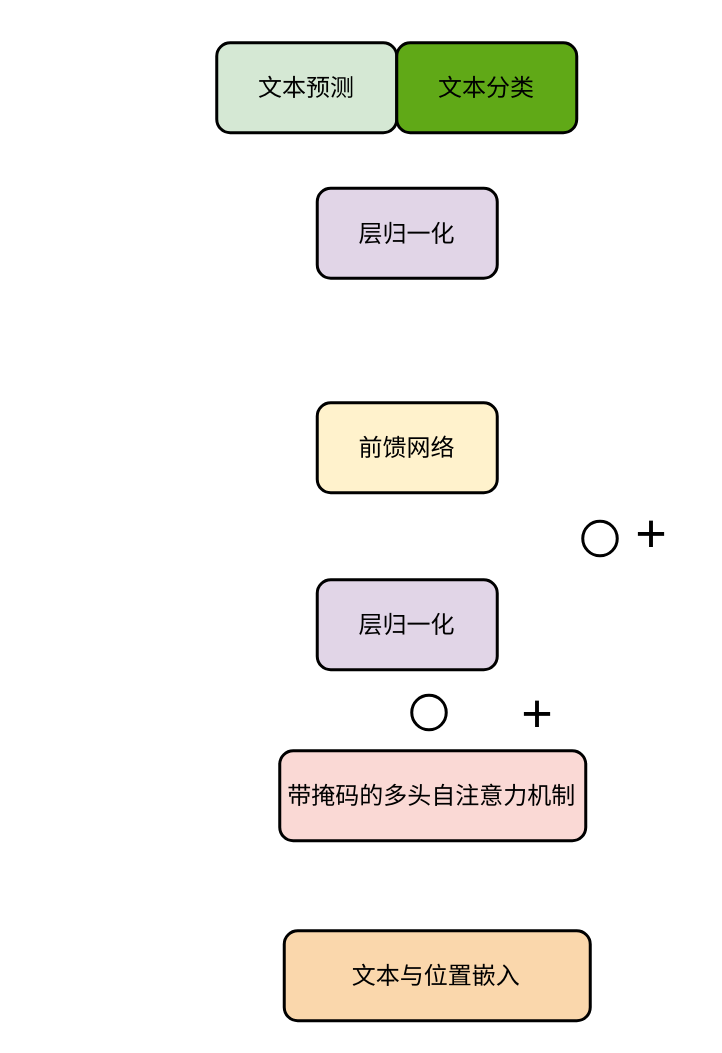
Above: diagrams/gpt.drawio in real-jiakai/draw (draw.io), before the change. Source tidied: cells renumbered, new cells numbered last; positions are measured from the earlier drawing's top-left corner, leaving out a move shared by most shapes. Both pictures are drawn from the tidied source at 150%, with x=0, y=0 at pixel (216, 42).
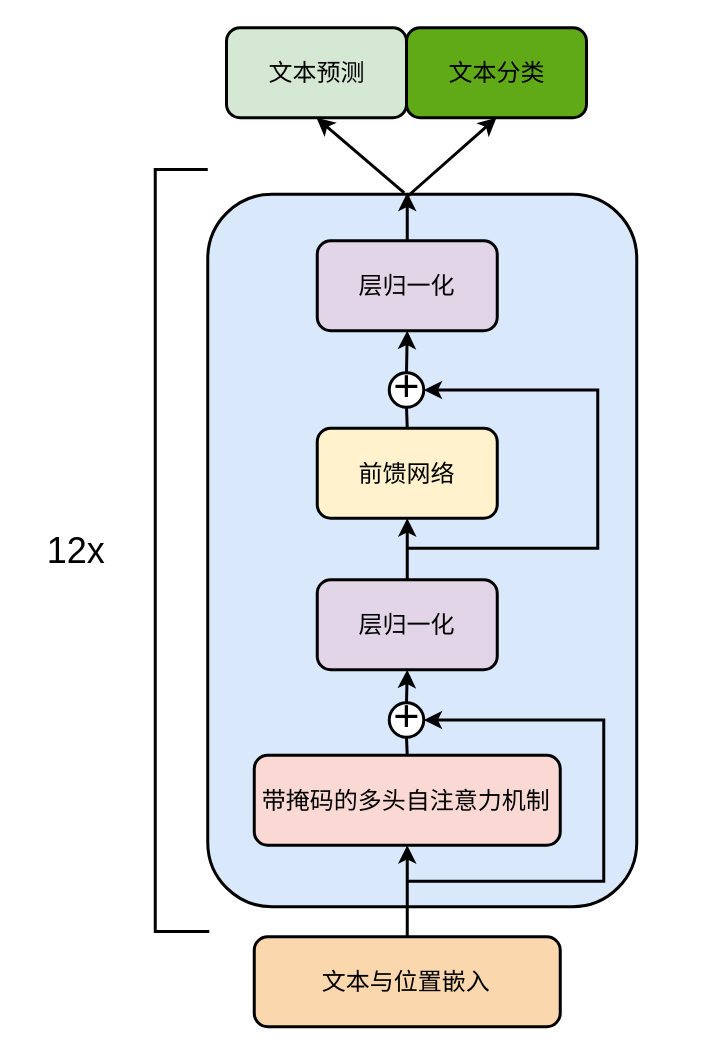
After the change.

Unchanged cells that the change refers to:
```xml
<mxCell id="6" style="rounded=1;whiteSpace=wrap;html=1;strokeWidth=2;fillColor=#e1d5e7;strokeColor=#000000;" parent="1" vertex="1">
  <mxGeometry x="67" y="358" width="120" height="60" as="geometry" />
</mxCell>
```

Diff of the diagram source:
```diff
@@
+    <mxCell id="20" style="rounded=1;whiteSpace=wrap;html=1;fillColor=#dae8fc;strokeColor=#000000;strokeWidth=2;" parent="1" vertex="1">
+      <mxGeometry x="-6" y="101" width="286" height="475" as="geometry" />
+    </mxCell>
+    <mxCell id="18" style="ellipse;whiteSpace=wrap;html=1;strokeWidth=2;" parent="1" vertex="1">
+      <mxGeometry x="115" y="440" width="23" height="23" as="geometry" />
+    </mxCell>
+    <mxCell id="21" style="edgeStyle=orthogonalEdgeStyle;rounded=0;jettySize=auto;html=1;exitX=0.5;exitY=0;exitDx=0;exitDy=0;strokeWidth=2;" parent="1" edge="1" source="2">
+      <mxGeometry relative="1" as="geometry">
+        <mxPoint x="127" y="100" as="targetPoint" />
+      </mxGeometry>
+    </mxCell>
     <mxCell id="2" style="rounded=1;whiteSpace=wrap;html=1;strokeWidth=2;fillColor=#e1d5e7;strokeColor=#000000;" parent="1" vertex="1">
-      <mxGeometry x="67" y="97" width="120" height="60" as="geometry" />
+      <mxGeometry x="67" y="132" width="120" height="60" as="geometry" />
     </mxCell>
     <mxCell id="3" value="&lt;font style=&quot;font-size: 16px;&quot;&gt;层归一化&lt;/font&gt;" style="text;html=1;align=center;verticalAlign=middle;whiteSpace=wrap;rounded=0;" parent="1" vertex="1">
-      <mxGeometry x="70" y="112" width="114" height="30" as="geometry" />
+      <mxGeometry x="70" y="147" width="114" height="30" as="geometry" />
     </mxCell>
+    <mxCell id="22" style="edgeStyle=orthogonalEdgeStyle;rounded=0;jettySize=auto;html=1;exitX=0.5;exitY=0;exitDx=0;exitDy=0;entryX=0.5;entryY=1;entryDx=0;entryDy=0;strokeWidth=2;endArrow=none;startFill=0;" parent="1" edge="1" source="4" target="16">
+      <mxGeometry relative="1" as="geometry" />
+    </mxCell>
     <mxCell id="4" style="rounded=1;whiteSpace=wrap;html=1;strokeWidth=2;fillColor=#fff2cc;strokeColor=#000000;" parent="1" vertex="1">
-      <mxGeometry x="67" y="240" width="120" height="60" as="geometry" />
+      <mxGeometry x="67" y="257" width="120" height="60" as="geometry" />
     </mxCell>
     <mxCell id="5" value="&lt;span style=&quot;font-size: 16px;&quot;&gt;前馈网络&lt;/span&gt;" style="text;html=1;align=center;verticalAlign=middle;whiteSpace=wrap;rounded=0;" parent="1" vertex="1">
-      <mxGeometry x="70" y="255" width="114" height="30" as="geometry" />
+      <mxGeometry x="70" y="272" width="114" height="30" as="geometry" />
     </mxCell>
+    <mxCell id="23" style="edgeStyle=orthogonalEdgeStyle;rounded=0;jettySize=auto;html=1;exitX=0.5;exitY=0;exitDx=0;exitDy=0;entryX=0.5;entryY=1;entryDx=0;entryDy=0;strokeWidth=2;" parent="1" edge="1" source="6" target="4">
+      <mxGeometry relative="1" as="geometry" />
+    </mxCell>
@@
+    <mxCell id="24" style="edgeStyle=orthogonalEdgeStyle;rounded=0;jettySize=auto;html=1;exitX=0.5;exitY=0;exitDx=0;exitDy=0;entryX=0.5;entryY=1;entryDx=0;entryDy=0;strokeWidth=2;endArrow=none;startFill=0;" parent="1" edge="1" source="8" target="18">
+      <mxGeometry relative="1" as="geometry" />
+    </mxCell>
     <mxCell id="8" style="rounded=1;whiteSpace=wrap;html=1;strokeWidth=2;fillColor=#fad9d5;strokeColor=#000000;" parent="1" vertex="1">
-      <mxGeometry x="42" y="472" width="204" height="60" as="geometry" />
+      <mxGeometry x="25" y="475" width="204" height="60" as="geometry" />
     </mxCell>
     <mxCell id="9" value="&lt;span style=&quot;font-size: 16px;&quot;&gt;带掩码的多头自注意力机制&lt;/span&gt;" style="text;html=1;align=center;verticalAlign=middle;whiteSpace=wrap;rounded=0;" parent="1" vertex="1">
-      <mxGeometry x="45" y="487" width="197" height="30" as="geometry" />
+      <mxGeometry x="28" y="490" width="197" height="30" as="geometry" />
     </mxCell>
+    <mxCell id="25" style="edgeStyle=orthogonalEdgeStyle;rounded=0;jettySize=auto;html=1;exitX=0.5;exitY=0;exitDx=0;exitDy=0;entryX=0.5;entryY=1;entryDx=0;entryDy=0;strokeWidth=2;" parent="1" edge="1" source="10" target="8">
+      <mxGeometry relative="1" as="geometry" />
+    </mxCell>
     <mxCell id="10" style="rounded=1;whiteSpace=wrap;html=1;strokeWidth=2;fillColor=#fad7ac;strokeColor=#000000;" parent="1" vertex="1">
-      <mxGeometry x="45" y="592" width="204" height="60" as="geometry" />
+      <mxGeometry x="25" y="596" width="204" height="60" as="geometry" />
     </mxCell>
     <mxCell id="11" value="&lt;span style=&quot;font-size: 16px;&quot;&gt;文本与位置嵌入&lt;/span&gt;" style="text;html=1;align=center;verticalAlign=middle;whiteSpace=wrap;rounded=0;" parent="1" vertex="1">
-      <mxGeometry x="48" y="607" width="197" height="30" as="geometry" />
+      <mxGeometry x="28" y="611" width="197" height="30" as="geometry" />
     </mxCell>
     <mxCell id="12" style="rounded=1;whiteSpace=wrap;html=1;strokeWidth=2;fillColor=#d5e8d4;strokeColor=#000000;" parent="1" vertex="1">
-      <mxGeometry width="120" height="60" as="geometry" />
+      <mxGeometry x="6.5" y="-10" width="120" height="60" as="geometry" />
     </mxCell>
     <mxCell id="13" value="&lt;span style=&quot;font-size: 16px;&quot;&gt;文本预测&lt;/span&gt;" style="text;html=1;align=center;verticalAlign=middle;whiteSpace=wrap;rounded=0;" parent="1" vertex="1">
-      <mxGeometry x="3" y="15" width="114" height="30" as="geometry" />
+      <mxGeometry x="9.5" y="5" width="114" height="30" as="geometry" />
     </mxCell>
     <mxCell id="14" style="rounded=1;whiteSpace=wrap;html=1;strokeWidth=2;fillColor=#60a917;strokeColor=#000000;fontColor=#ffffff;" parent="1" vertex="1">
-      <mxGeometry x="120" width="120" height="60" as="geometry" />
+      <mxGeometry x="126.5" y="-10" width="120" height="60" as="geometry" />
     </mxCell>
     <mxCell id="15" value="&lt;span style=&quot;font-size: 16px;&quot;&gt;文本分类&lt;/span&gt;" style="text;html=1;align=center;verticalAlign=middle;whiteSpace=wrap;rounded=0;" parent="1" vertex="1">
-      <mxGeometry x="123" y="15" width="114" height="30" as="geometry" />
+      <mxGeometry x="129.5" y="5" width="114" height="30" as="geometry" />
     </mxCell>
+    <mxCell id="26" style="edgeStyle=orthogonalEdgeStyle;rounded=0;jettySize=auto;html=1;exitX=0.5;exitY=0;exitDx=0;exitDy=0;entryX=0.5;entryY=1;entryDx=0;entryDy=0;strokeWidth=2;" parent="1" edge="1" source="16" target="2">
+      <mxGeometry relative="1" as="geometry" />
+    </mxCell>
     <mxCell id="16" style="ellipse;whiteSpace=wrap;html=1;strokeWidth=2;" parent="1" vertex="1">
-      <mxGeometry x="244" y="319" width="23" height="23" as="geometry" />
+      <mxGeometry x="115" y="220" width="23" height="23" as="geometry" />
     </mxCell>
-    <mxCell id="17" value="&lt;font style=&quot;font-size: 36px;&quot;&gt;+&lt;/font&gt;" style="text;html=1;align=center;verticalAlign=middle;whiteSpace=wrap;rounded=0;" parent="1" vertex="1">
-      <mxGeometry x="184" y="431.5" width="60" height="30" as="geometry" />
+    <mxCell id="17" value="&lt;font style=&quot;font-size: 30px;&quot;&gt;+&lt;/font&gt;" style="text;html=1;align=center;verticalAlign=middle;whiteSpace=wrap;rounded=0;" parent="1" vertex="1">
+      <mxGeometry x="96.5" y="213" width="60" height="30" as="geometry" />
     </mxCell>
-    <mxCell id="18" style="ellipse;whiteSpace=wrap;html=1;strokeWidth=2;" parent="1" vertex="1">
-      <mxGeometry x="130" y="435" width="23" height="23" as="geometry" />
-    </mxCell>
+    <mxCell id="27" style="edgeStyle=orthogonalEdgeStyle;rounded=0;jettySize=auto;html=1;exitX=0.5;exitY=0;exitDx=0;exitDy=0;entryX=0.5;entryY=1;entryDx=0;entryDy=0;strokeWidth=2;" parent="1" edge="1" source="18" target="6">
+      <mxGeometry relative="1" as="geometry" />
+    </mxCell>
-    <mxCell id="19" value="&lt;font style=&quot;font-size: 36px;&quot;&gt;+&lt;/font&gt;" style="text;html=1;align=center;verticalAlign=middle;whiteSpace=wrap;rounded=0;" parent="1" vertex="1">
-      <mxGeometry x="260" y="312" width="60" height="30" as="geometry" />
+    <mxCell id="19" value="&lt;font style=&quot;font-size: 30px;&quot;&gt;+&lt;/font&gt;" style="text;html=1;align=center;verticalAlign=middle;whiteSpace=wrap;rounded=0;" parent="1" vertex="1">
+      <mxGeometry x="96.5" y="433" width="60" height="30" as="geometry" />
     </mxCell>
+    <mxCell id="28" style="endArrow=classic;html=1;rounded=0;edgeStyle=orthogonalEdgeStyle;entryX=1;entryY=0.5;entryDx=0;entryDy=0;endFill=1;strokeWidth=2;" parent="1" edge="1" target="18">
+      <mxGeometry relative="1" as="geometry">
+        <mxPoint x="126.5" y="559" as="sourcePoint" />
+        <Array as="points">
+          <mxPoint x="258" y="559" />
+          <mxPoint x="258" y="452" />
+        </Array>
+      </mxGeometry>
+    </mxCell>
+    <mxCell id="29" style="endArrow=classic;html=1;rounded=0;edgeStyle=orthogonalEdgeStyle;entryX=1;entryY=0.5;entryDx=0;entryDy=0;strokeWidth=2;endFill=1;" parent="1" edge="1" target="16">
+      <mxGeometry relative="1" as="geometry">
+        <mxPoint x="127" y="337" as="sourcePoint" />
+        <Array as="points">
+          <mxPoint x="254" y="337" />
+          <mxPoint x="254" y="232" />
+        </Array>
+      </mxGeometry>
+    </mxCell>
+    <mxCell id="30" style="endArrow=classic;html=1;rounded=0;exitX=0.458;exitY=-0.002;exitDx=0;exitDy=0;exitPerimeter=0;entryX=0.5;entryY=1;entryDx=0;entryDy=0;strokeWidth=2;endFill=1;" parent="1" edge="1" source="20" target="12">
+      <mxGeometry relative="1" as="geometry" />
+    </mxCell>
+    <mxCell id="31" style="endArrow=classic;html=1;rounded=0;entryX=0.5;entryY=1;entryDx=0;entryDy=0;strokeWidth=2;endFill=1;" parent="1" edge="1" target="14">
+      <mxGeometry relative="1" as="geometry">
+        <mxPoint x="126.5" y="103" as="sourcePoint" />
+      </mxGeometry>
+    </mxCell>
+    <mxCell id="32" style="endArrow=none;html=1;rounded=0;edgeStyle=orthogonalEdgeStyle;strokeWidth=2;" parent="1" edge="1">
+      <mxGeometry relative="1" as="geometry">
+        <mxPoint x="-6" y="591.5" as="sourcePoint" />
+        <mxPoint x="-6" y="84.5" as="targetPoint" />
+        <Array as="points">
+          <mxPoint x="-6" y="592.5" />
+          <mxPoint x="-41" y="592.5" />
+          <mxPoint x="-41" y="84.5" />
+        </Array>
+      </mxGeometry>
+    </mxCell>
+    <mxCell id="33" value="&lt;font style=&quot;font-size: 24px;&quot;&gt;12x&lt;/font&gt;" style="text;html=1;align=center;verticalAlign=middle;whiteSpace=wrap;rounded=0;" parent="1" vertex="1">
+      <mxGeometry x="-127" y="306.5" width="67" height="64" as="geometry" />
+    </mxCell>
```
